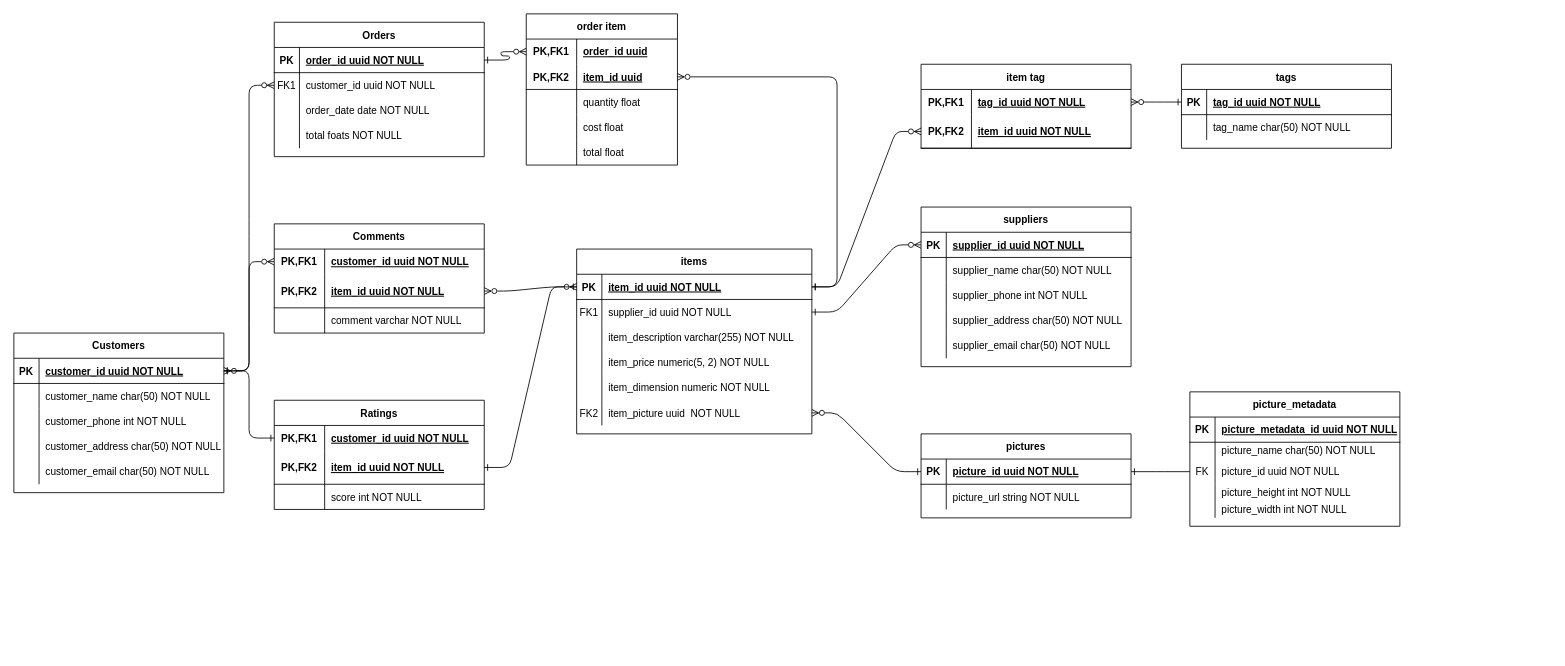
This is server/src/db/design.drawio from chingu-voyages/v42-bears-team-35, a draw.io file, before an edit. Source tidied: cells renumbered, new cells numbered last; positions are measured from the earlier drawing's top-left corner, leaving out a move shared by most shapes. Both pictures are drawn from the tidied source at 84%, with x=0, y=0 at pixel (13, 13).
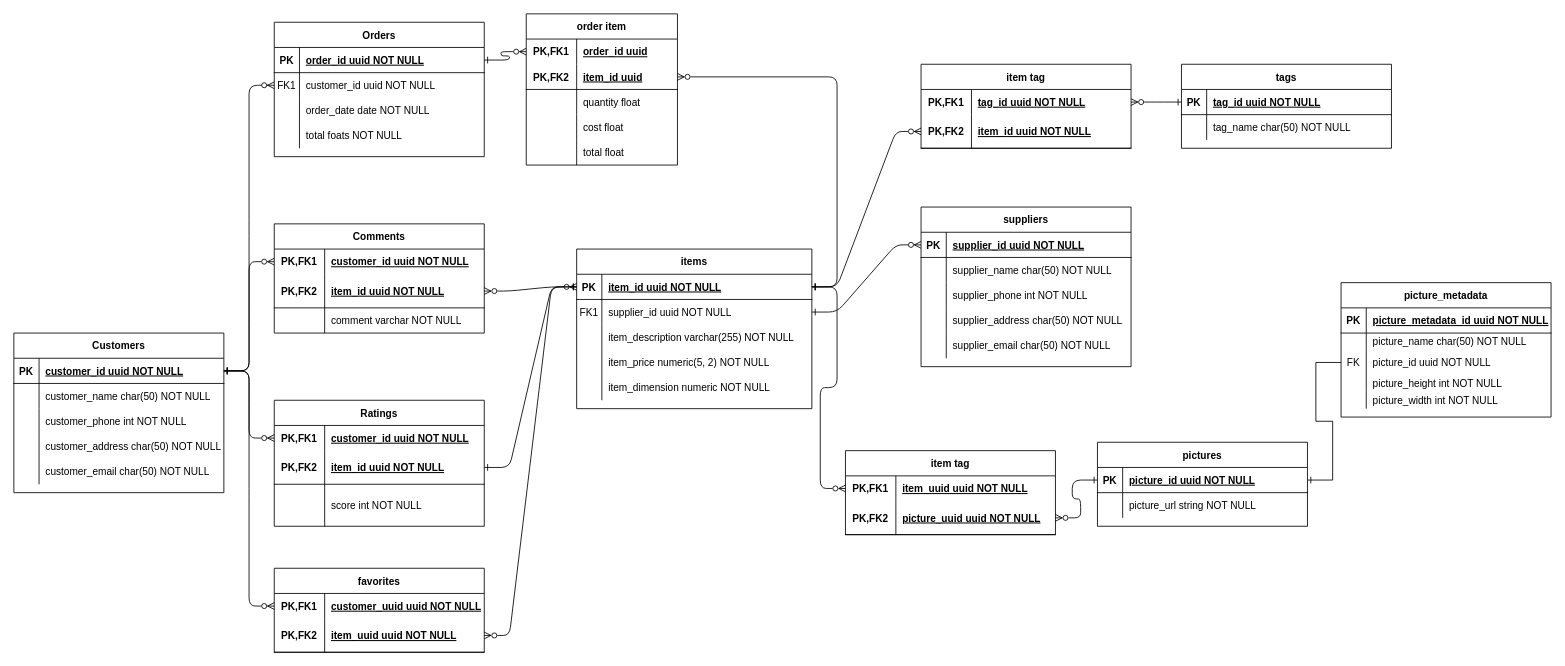
The same diagram, later.

The change refers to these unchanged cells:
```xml
<mxCell id="17" style="shape=partialRectangle;fillColor=none;points=[[0,0.5],[1,0.5]];portConstraint=eastwest;top=0;left=0;right=0;bottom=1;" parent="16" vertex="1">
  <mxGeometry y="30" width="250" height="30" as="geometry" />
</mxCell>
<mxCell id="33" style="shape=partialRectangle;fillColor=none;points=[[0,0.5],[1,0.5]];portConstraint=eastwest;top=0;left=0;right=0;bottom=1;" parent="32" vertex="1">
  <mxGeometry y="30" width="280" height="30" as="geometry" />
</mxCell>
<mxCell id="52" style="shape=partialRectangle;fillColor=none;points=[[0,0.5],[1,0.5]];portConstraint=eastwest;top=0;left=0;right=0;bottom=1;" parent="51" vertex="1">
  <mxGeometry y="30" width="250" height="30" as="geometry" />
</mxCell>
<mxCell id="123" style="shape=tableRow;horizontal=0;startSize=0;swimlaneHead=0;swimlaneBody=0;fillColor=none;points=[[0,0.5],[1,0.5]];portConstraint=eastwest;top=0;left=0;right=0;bottom=0;" parent="122" vertex="1">
  <mxGeometry y="30" width="250" height="30" as="geometry" />
</mxCell>
```

Change to the diagram source:
```diff
@@
     <mxCell id="32" value="items" style="shape=table;startSize=30;childLayout=tableLayout;rowLines=0;fontStyle=1;align=center;" parent="1" vertex="1">
-      <mxGeometry x="670" y="280" width="280" height="220" as="geometry" />
+      <mxGeometry x="670" y="280" width="280" height="190" as="geometry" />
     </mxCell>
@@
-    <mxCell id="48" style="shape=partialRectangle;fillColor=none;points=[[0,0.5],[1,0.5]];portConstraint=eastwest;top=0;left=0;right=0;bottom=0;" parent="32" vertex="1">
-      <mxGeometry y="180" width="280" height="30" as="geometry" />
-    </mxCell>
-    <mxCell id="49" value="FK2" style="shape=partialRectangle;overflow=hidden;fillColor=none;top=0;left=0;bottom=0;right=0;" parent="48" vertex="1">
-      <mxGeometry width="30" height="30" as="geometry" />
-    </mxCell>
-    <mxCell id="50" value="item_picture uuid  NOT NULL " style="shape=partialRectangle;overflow=hidden;fillColor=none;top=0;left=0;bottom=0;right=0;align=left;spacingLeft=6;" parent="48" vertex="1">
-      <mxGeometry x="30" width="250" height="30" as="geometry" />
-    </mxCell>
     <mxCell id="51" value="pictures" style="shape=table;startSize=30;childLayout=tableLayout;rowLines=0;fontStyle=1;align=center;" parent="1" vertex="1">
-      <mxGeometry x="1080" y="500" width="250" height="100" as="geometry" />
+      <mxGeometry x="1290" y="510" width="250" height="100" as="geometry" />
     </mxCell>
@@
     <mxCell id="58" value="picture_metadata" style="shape=table;startSize=30;childLayout=tableLayout;rowLines=0;fontStyle=1;align=center;" parent="1" vertex="1">
-      <mxGeometry x="1400" y="450" width="250" height="160" as="geometry" />
+      <mxGeometry x="1580" y="320" width="250" height="160" as="geometry" />
     </mxCell>
@@
-    <mxCell id="74" style="edgeStyle=entityRelationEdgeStyle;rounded=1;jettySize=auto;html=1;startArrow=ERone;startFill=0;endArrow=ERzeroToMany;endFill=0;entryX=1;entryY=0.5;entryDx=0;entryDy=0;exitX=0;exitY=0.5;exitDx=0;exitDy=0;" parent="1" edge="1" source="52" target="48">
+    <mxCell id="74" style="edgeStyle=entityRelationEdgeStyle;rounded=1;jettySize=auto;html=1;startArrow=ERone;startFill=0;endArrow=ERzeroToMany;endFill=0;entryX=1;entryY=0.5;entryDx=0;entryDy=0;exitX=0;exitY=0.5;exitDx=0;exitDy=0;" parent="1" edge="1" source="52" target="155">
       <mxGeometry relative="1" as="geometry" />
     </mxCell>
@@
-    <mxCell id="101" style="edgeStyle=entityRelationEdgeStyle;rounded=1;jettySize=auto;html=1;entryX=1;entryY=0.5;entryDx=0;entryDy=0;startArrow=ERone;startFill=0;endArrow=ERzeroToMany;endFill=0;exitX=0;exitY=0.5;exitDx=0;exitDy=0;" parent="1" edge="1" source="123" target="17">
+    <mxCell id="101" style="edgeStyle=entityRelationEdgeStyle;rounded=1;jettySize=auto;html=1;startArrow=ERone;startFill=0;endArrow=ERzeroToMany;endFill=0;entryX=0;entryY=0.5;entryDx=0;entryDy=0;exitX=1;exitY=0.5;exitDx=0;exitDy=0;" parent="1" edge="1" source="17" target="123">
       <mxGeometry relative="1" as="geometry" />
     </mxCell>
@@
     <mxCell id="122" value="Ratings" style="shape=table;startSize=30;childLayout=tableLayout;rowLines=0;fontStyle=1;align=center;" parent="1" vertex="1">
-      <mxGeometry x="310" y="460" width="250" height="130" as="geometry" />
+      <mxGeometry x="310" y="460" width="250" height="150" as="geometry" />
     </mxCell>
@@
     <mxCell id="129" style="shape=tableRow;horizontal=0;startSize=0;swimlaneHead=0;swimlaneBody=0;fillColor=none;top=0;left=0;right=0;bottom=0;" parent="122" vertex="1">
-      <mxGeometry y="100" width="250" height="30" as="geometry" />
+      <mxGeometry y="100" width="250" height="50" as="geometry" />
     </mxCell>
     <mxCell id="130" style="shape=partialRectangle;fillColor=none;top=0;left=0;bottom=0;right=0;overflow=hidden;" parent="129" vertex="1">
-      <mxGeometry width="60" height="30" as="geometry" />
+      <mxGeometry width="60" height="50" as="geometry" />
     </mxCell>
     <mxCell id="131" value="score int NOT NULL" style="shape=partialRectangle;fillColor=none;top=0;left=0;bottom=0;right=0;align=left;spacingLeft=6;overflow=hidden;" parent="129" vertex="1">
-      <mxGeometry x="60" width="190" height="30" as="geometry" />
+      <mxGeometry x="60" width="190" height="50" as="geometry" />
     </mxCell>
@@
+    <mxCell id="151" value="item tag" style="shape=table;startSize=30;childLayout=tableLayout;rowLines=0;fontStyle=1;align=center;" parent="1" vertex="1">
+      <mxGeometry x="990" y="520" width="250" height="100" as="geometry" />
+    </mxCell>
+    <mxCell id="152" style="shape=tableRow;horizontal=0;startSize=0;swimlaneHead=0;swimlaneBody=0;fillColor=none;points=[[0,0.5],[1,0.5]];portConstraint=eastwest;top=0;left=0;right=0;bottom=0;" parent="151" vertex="1">
+      <mxGeometry y="30" width="250" height="30" as="geometry" />
+    </mxCell>
+    <mxCell id="153" value="PK,FK1" style="shape=partialRectangle;fillColor=none;top=0;left=0;bottom=0;right=0;fontStyle=1;overflow=hidden;" parent="152" vertex="1">
+      <mxGeometry width="60" height="30" as="geometry" />
+    </mxCell>
+    <mxCell id="154" value="item_uuid uuid NOT NULL" style="shape=partialRectangle;fillColor=none;top=0;left=0;bottom=0;right=0;align=left;spacingLeft=6;fontStyle=5;overflow=hidden;" parent="152" vertex="1">
+      <mxGeometry x="60" width="190" height="30" as="geometry" />
+    </mxCell>
+    <mxCell id="155" style="shape=tableRow;horizontal=0;startSize=0;swimlaneHead=0;swimlaneBody=0;fillColor=none;points=[[0,0.5],[1,0.5]];portConstraint=eastwest;top=0;left=0;right=0;bottom=1;" parent="151" vertex="1">
+      <mxGeometry y="60" width="250" height="40" as="geometry" />
+    </mxCell>
+    <mxCell id="156" value="PK,FK2" style="shape=partialRectangle;fillColor=none;top=0;left=0;bottom=0;right=0;fontStyle=1;overflow=hidden;" parent="155" vertex="1">
+      <mxGeometry width="60" height="40" as="geometry" />
+    </mxCell>
+    <mxCell id="157" value="picture_uuid uuid NOT NULL" style="shape=partialRectangle;fillColor=none;top=0;left=0;bottom=0;right=0;align=left;spacingLeft=6;fontStyle=5;overflow=hidden;" parent="155" vertex="1">
+      <mxGeometry x="60" width="190" height="40" as="geometry" />
+    </mxCell>
+    <mxCell id="158" style="edgeStyle=entityRelationEdgeStyle;rounded=1;jettySize=auto;html=1;startArrow=ERone;startFill=0;endArrow=ERzeroToMany;endFill=0;entryX=0;entryY=0.5;entryDx=0;entryDy=0;exitX=1;exitY=0.5;exitDx=0;exitDy=0;" parent="1" edge="1" source="33" target="152">
+      <mxGeometry relative="1" as="geometry" />
+    </mxCell>
+    <mxCell id="159" value="favorites" style="shape=table;startSize=30;childLayout=tableLayout;rowLines=0;fontStyle=1;align=center;" parent="1" vertex="1">
+      <mxGeometry x="310" y="660" width="250" height="100" as="geometry" />
+    </mxCell>
+    <mxCell id="160" style="shape=tableRow;horizontal=0;startSize=0;swimlaneHead=0;swimlaneBody=0;fillColor=none;points=[[0,0.5],[1,0.5]];portConstraint=eastwest;top=0;left=0;right=0;bottom=0;" parent="159" vertex="1">
+      <mxGeometry y="30" width="250" height="30" as="geometry" />
+    </mxCell>
+    <mxCell id="161" value="PK,FK1" style="shape=partialRectangle;fillColor=none;top=0;left=0;bottom=0;right=0;fontStyle=1;overflow=hidden;" parent="160" vertex="1">
+      <mxGeometry width="60" height="30" as="geometry" />
+    </mxCell>
+    <mxCell id="162" value="customer_uuid uuid NOT NULL" style="shape=partialRectangle;fillColor=none;top=0;left=0;bottom=0;right=0;align=left;spacingLeft=6;fontStyle=5;overflow=hidden;" parent="160" vertex="1">
+      <mxGeometry x="60" width="190" height="30" as="geometry" />
+    </mxCell>
+    <mxCell id="163" style="shape=tableRow;horizontal=0;startSize=0;swimlaneHead=0;swimlaneBody=0;fillColor=none;points=[[0,0.5],[1,0.5]];portConstraint=eastwest;top=0;left=0;right=0;bottom=1;" parent="159" vertex="1">
+      <mxGeometry y="60" width="250" height="40" as="geometry" />
+    </mxCell>
+    <mxCell id="164" value="PK,FK2" style="shape=partialRectangle;fillColor=none;top=0;left=0;bottom=0;right=0;fontStyle=1;overflow=hidden;" parent="163" vertex="1">
+      <mxGeometry width="60" height="40" as="geometry" />
+    </mxCell>
+    <mxCell id="165" value="item_uuid uuid NOT NULL" style="shape=partialRectangle;fillColor=none;top=0;left=0;bottom=0;right=0;align=left;spacingLeft=6;fontStyle=5;overflow=hidden;" parent="163" vertex="1">
+      <mxGeometry x="60" width="190" height="40" as="geometry" />
+    </mxCell>
+    <mxCell id="166" style="edgeStyle=entityRelationEdgeStyle;rounded=1;jettySize=auto;html=1;startArrow=ERone;startFill=0;endArrow=ERzeroToMany;endFill=0;entryX=1;entryY=0.5;entryDx=0;entryDy=0;exitX=0;exitY=0.5;exitDx=0;exitDy=0;" parent="1" edge="1" source="33" target="163">
+      <mxGeometry relative="1" as="geometry" />
+    </mxCell>
+    <mxCell id="167" style="edgeStyle=entityRelationEdgeStyle;rounded=1;jettySize=auto;html=1;startArrow=ERone;startFill=0;endArrow=ERzeroToMany;endFill=0;entryX=0;entryY=0.5;entryDx=0;entryDy=0;exitX=1;exitY=0.5;exitDx=0;exitDy=0;" parent="1" edge="1" source="17" target="160">
+      <mxGeometry relative="1" as="geometry" />
+    </mxCell>
```
